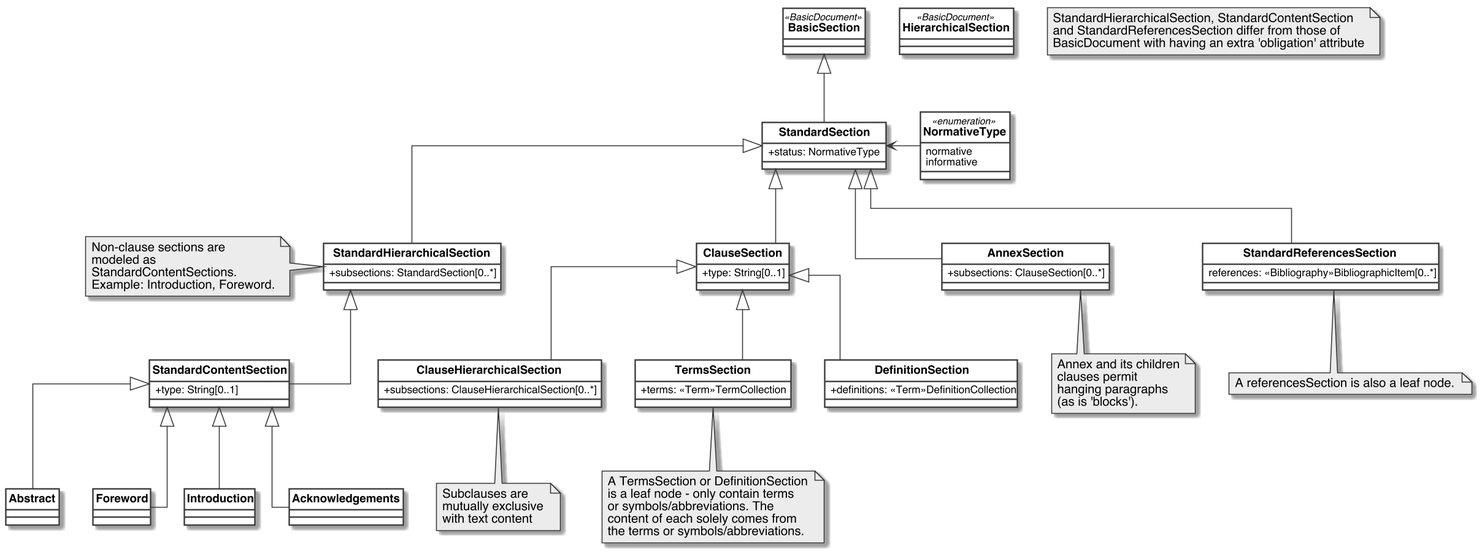
Above: standoc/images/StandardDoc_Sections.png in metanorma/standoc-models (PlantUML), before the change.
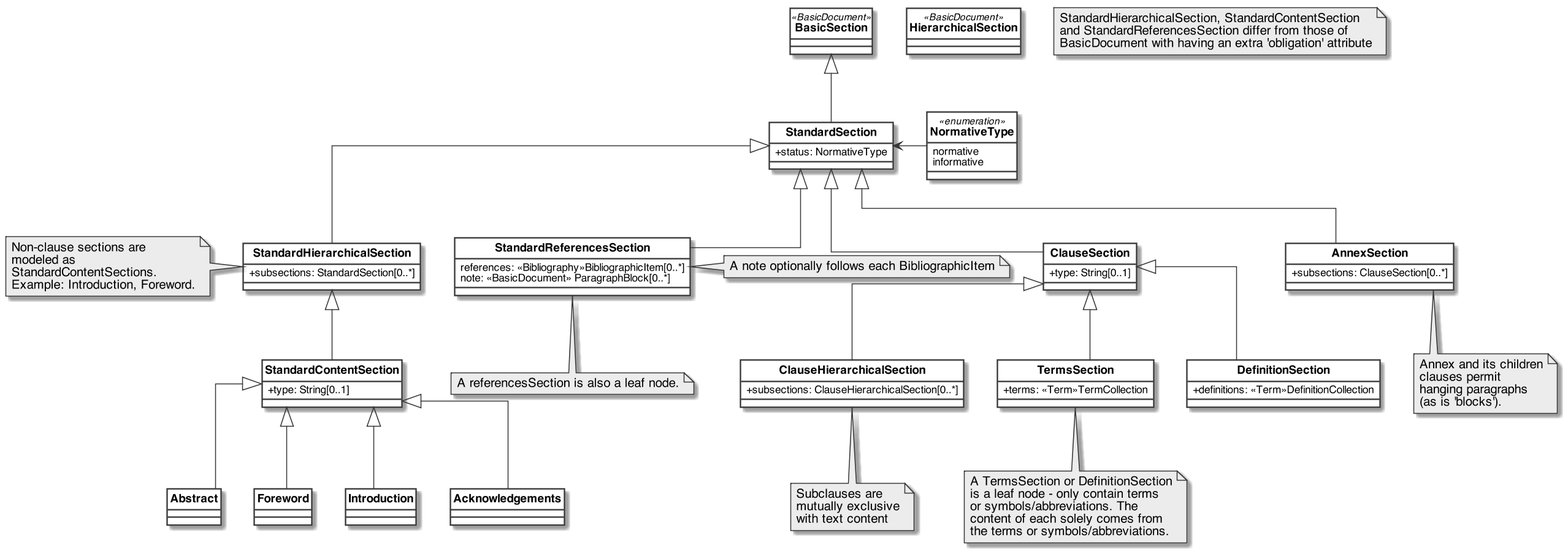
After the change.

Commit message:
annotated bibliography: https://github.com/metanorma/isodoc/issues/124

Change to the diagram source:
```diff
@@ -81,6 +81,7 @@
 
 class StandardReferencesSection{
     references: <<Bibliography>>BibliographicItem[0..*]
+    note: <<BasicDocument>> ParagraphBlock[0..*]
 }
 
 enum NormativeType <<enumeration>>{
@@ -94,6 +95,7 @@
 note bottom of TermsSection: A TermsSection or DefinitionSection\nis a leaf node - only contain terms\nor symbols/abbreviations. The\ncontent of each solely comes from\nthe terms or symbols/abbreviations.
 note bottom of AnnexSection: Annex and its children\nclauses permit\nhanging paragraphs\n(as is 'blocks').
 note bottom of StandardReferencesSection: A referencesSection is also a leaf node.
+note right of StandardReferencesSection: A note optionally follows each BibliographicItem
 
 BasicSection <|-- StandardSection
 
```
